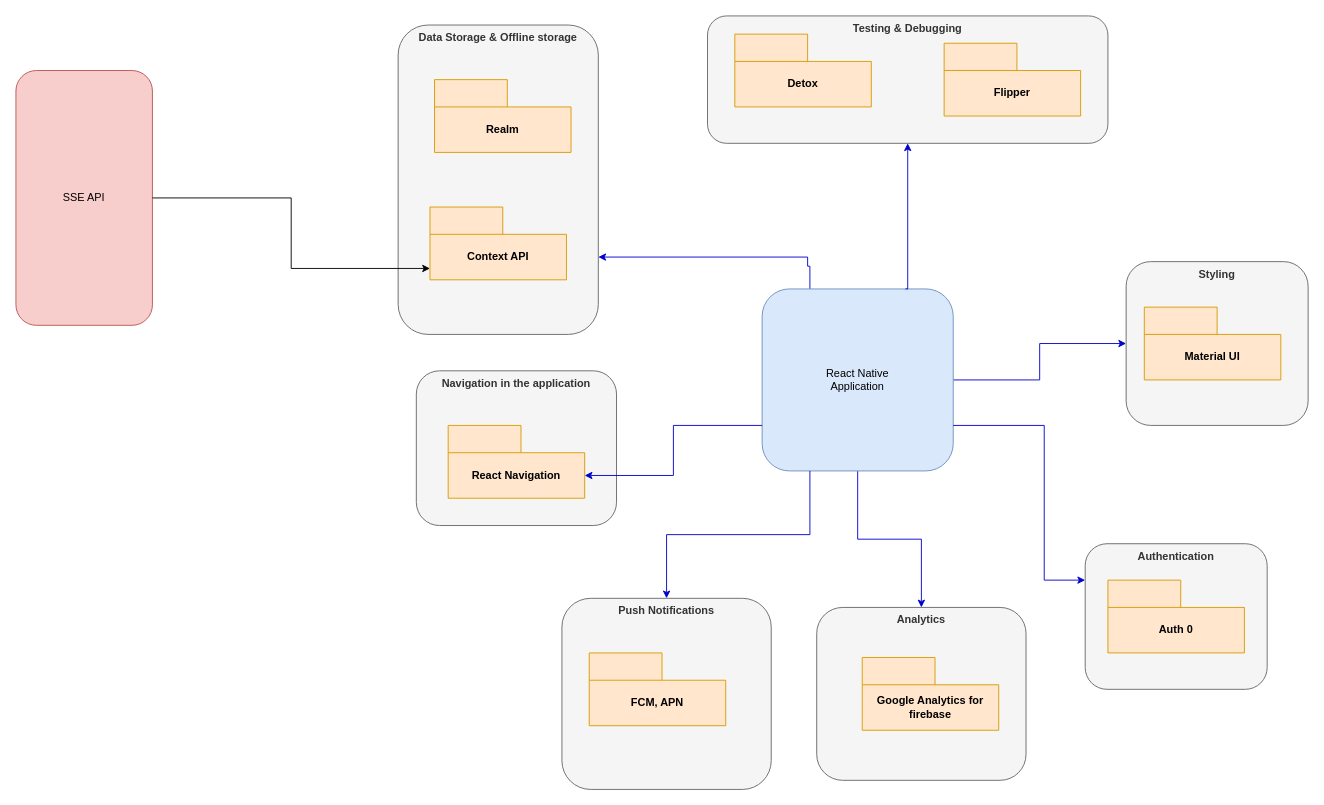
Above: page "Mobile" (7 of 7) of diagrams/Untitled Diagram.drawio in nadusumilli/mobileArch (draw.io), before the change. Source tidied: cells renumbered, new cells numbered last; positions are measured from the earlier drawing's top-left corner, leaving out a move shared by most shapes. Both pictures are drawn from the tidied source at 91%, with x=0, y=0 at pixel (15, 15).
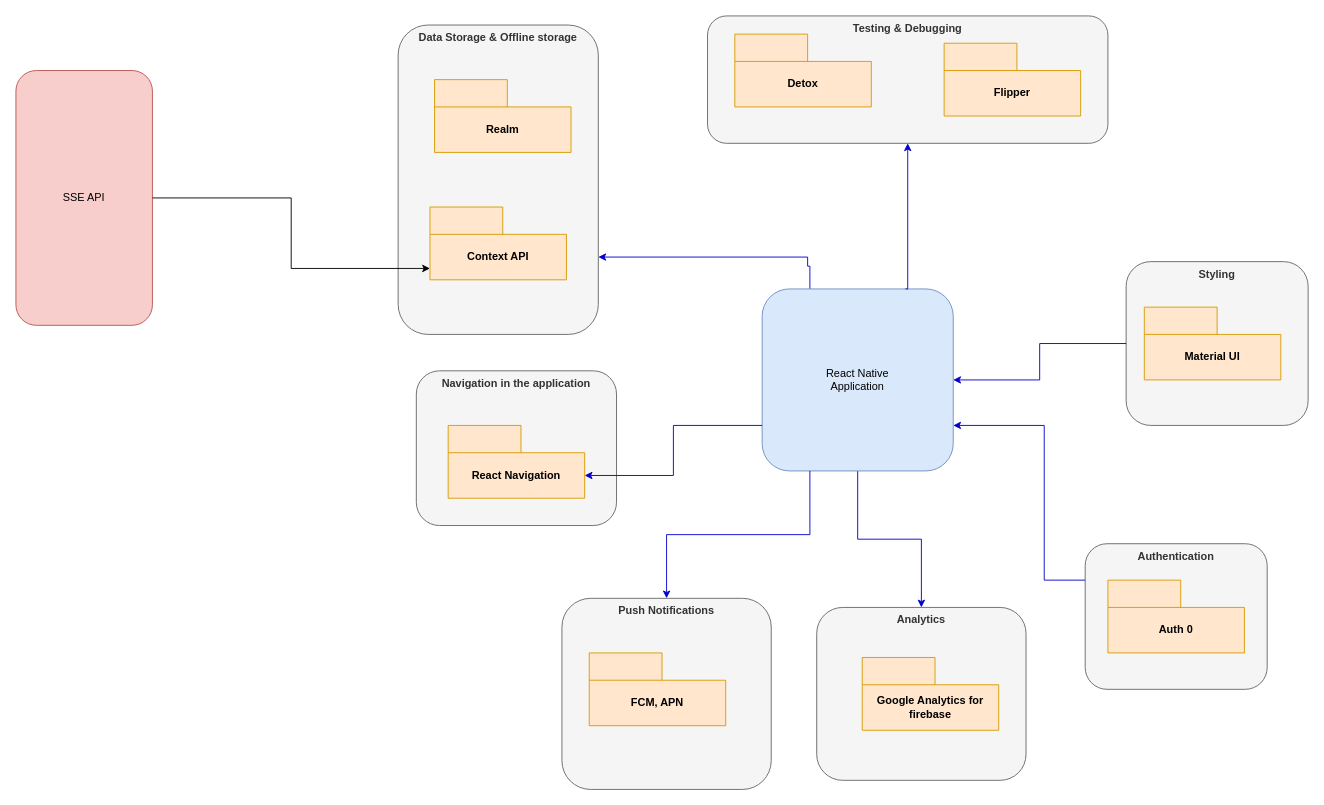
The same page after the edit.

Unchanged cells that the change refers to:
```xml
<mxCell id="2" value="&lt;b&gt;Styling&lt;/b&gt;" style="rounded=1;whiteSpace=wrap;html=1;fillColor=#f5f5f5;fontColor=#333333;strokeColor=#666666;verticalAlign=top;" parent="1" vertex="1">
  <mxGeometry x="1220" y="270" width="200" height="180" as="geometry" />
</mxCell>
<mxCell id="8" value="&lt;b&gt;Authentication&lt;/b&gt;" style="rounded=1;whiteSpace=wrap;html=1;fillColor=#f5f5f5;verticalAlign=top;fontColor=#333333;strokeColor=#666666;" parent="1" vertex="1">
  <mxGeometry x="1175" y="580" width="200" height="160" as="geometry" />
</mxCell>
<mxCell id="12" value="React Native&lt;div&gt;Application&lt;/div&gt;" style="rounded=1;whiteSpace=wrap;html=1;fillColor=#dae8fc;strokeColor=#6c8ebf;" parent="1" vertex="1">
  <mxGeometry x="820" y="300" width="210" height="200" as="geometry" />
</mxCell>
```

Diff of the diagram source:
```diff
@@
-    <mxCell id="11" style="edgeStyle=orthogonalEdgeStyle;rounded=0;jettySize=auto;html=1;exitX=1;exitY=0.5;exitDx=0;exitDy=0;fillColor=#dae8fc;strokeColor=#0000CC;entryX=0;entryY=0.5;entryDx=0;entryDy=0;" parent="1" edge="1" source="12" target="2">
+    <mxCell id="11" style="edgeStyle=orthogonalEdgeStyle;rounded=0;jettySize=auto;html=1;exitX=0;exitY=0.5;exitDx=0;exitDy=0;fillColor=#dae8fc;strokeColor=#0000CC;entryX=1;entryY=0.5;entryDx=0;entryDy=0;" parent="1" edge="1" source="2" target="12">
       <mxGeometry relative="1" as="geometry" />
     </mxCell>
@@
-    <mxCell id="25" style="edgeStyle=orthogonalEdgeStyle;rounded=0;jettySize=auto;html=1;exitX=1;exitY=0.75;exitDx=0;exitDy=0;entryX=0;entryY=0.25;entryDx=0;entryDy=0;fillColor=#dae8fc;strokeColor=#0000CC;" parent="1" edge="1" source="12" target="8">
+    <mxCell id="25" style="edgeStyle=orthogonalEdgeStyle;rounded=0;jettySize=auto;html=1;exitX=0;exitY=0.25;exitDx=0;exitDy=0;entryX=1;entryY=0.75;entryDx=0;entryDy=0;fillColor=#dae8fc;strokeColor=#0000CC;" parent="1" edge="1" source="8" target="12">
       <mxGeometry relative="1" as="geometry">
         <Array as="points">
+          <mxPoint x="1130" y="620" />
           <mxPoint x="1130" y="450" />
-          <mxPoint x="1130" y="620" />
         </Array>
       </mxGeometry>
     </mxCell>
```
